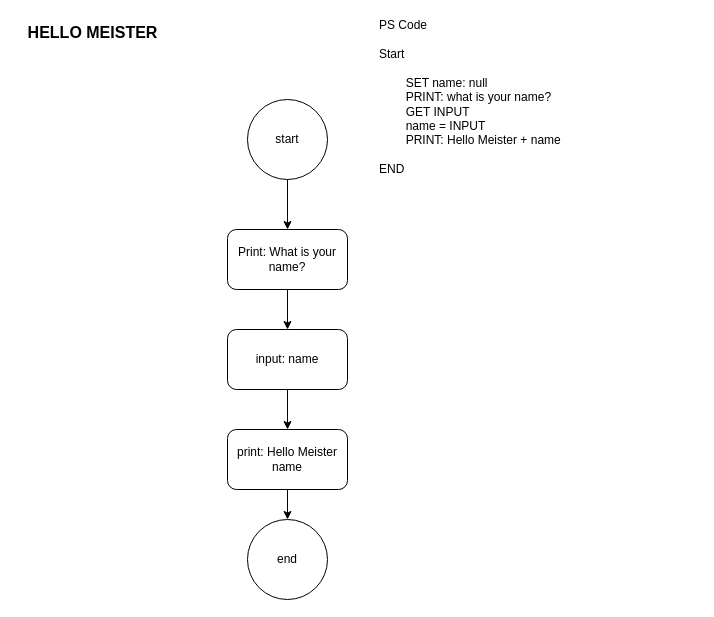
Above: DOCX/Day 3/Hallo Meister.drawio in HlushenkoVitalii/Python (draw.io), before the change. Source tidied: cells renumbered, new cells numbered last; positions are measured from the earlier drawing's top-left corner, leaving out a move shared by most shapes. Both pictures are drawn from the tidied source at 100%, with x=0, y=0 at pixel (17, 17).
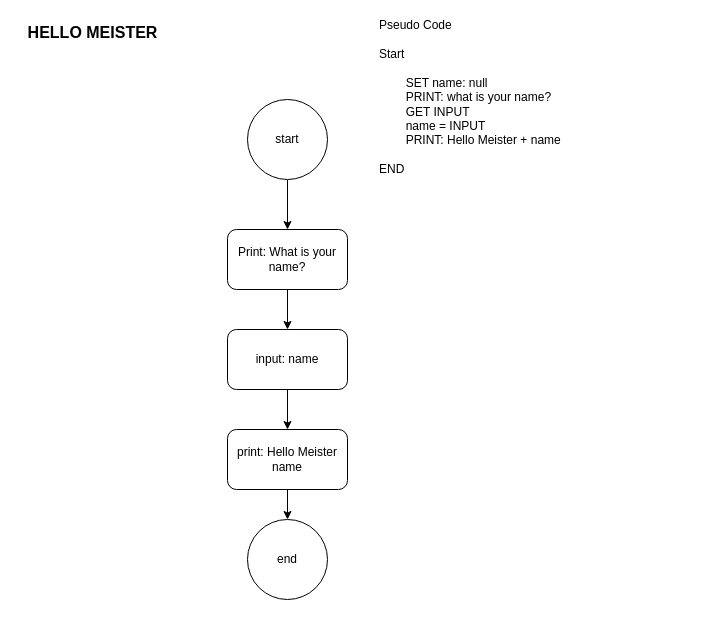
Above is the later version.

Diff of the diagram source:
```diff
@@
 <mxGraphModel>
   <root>
     <mxCell id="0" />
     <mxCell id="1" parent="0" />
     <mxCell id="2" style="edgeStyle=orthogonalEdgeStyle;rounded=0;jettySize=auto;html=1;" parent="1" edge="1" source="3" target="5">
       <mxGeometry relative="1" as="geometry" />
     </mxCell>
     <mxCell id="3" value="start" style="ellipse;whiteSpace=wrap;html=1;" parent="1" vertex="1">
       <mxGeometry x="230" y="82" width="80" height="80" as="geometry" />
     </mxCell>
     <mxCell id="4" style="edgeStyle=orthogonalEdgeStyle;rounded=0;jettySize=auto;html=1;" parent="1" edge="1" source="5" target="7">
       <mxGeometry relative="1" as="geometry" />
     </mxCell>
     <mxCell id="5" value="Print: What is your name?" style="rounded=1;whiteSpace=wrap;html=1;" parent="1" vertex="1">
       <mxGeometry x="210" y="212" width="120" height="60" as="geometry" />
     </mxCell>
     <mxCell id="6" style="edgeStyle=orthogonalEdgeStyle;rounded=0;jettySize=auto;html=1;" parent="1" edge="1" source="7" target="9">
       <mxGeometry relative="1" as="geometry" />
     </mxCell>
     <mxCell id="7" value="input: name" style="rounded=1;whiteSpace=wrap;html=1;" parent="1" vertex="1">
       <mxGeometry x="210" y="312" width="120" height="60" as="geometry" />
     </mxCell>
     <mxCell id="8" style="edgeStyle=orthogonalEdgeStyle;rounded=0;jettySize=auto;html=1;" parent="1" edge="1" source="9" target="10">
       <mxGeometry relative="1" as="geometry" />
     </mxCell>
     <mxCell id="9" value="print: Hello Meister name" style="rounded=1;whiteSpace=wrap;html=1;" parent="1" vertex="1">
       <mxGeometry x="210" y="412" width="120" height="60" as="geometry" />
     </mxCell>
     <mxCell id="10" value="end" style="ellipse;whiteSpace=wrap;html=1;" parent="1" vertex="1">
       <mxGeometry x="230" y="502" width="80" height="80" as="geometry" />
     </mxCell>
-    <mxCell id="11" value="PS Code&lt;div&gt;&lt;br&gt;&lt;/div&gt;&lt;div&gt;Start&amp;nbsp;&lt;/div&gt;&lt;div&gt;&lt;br&gt;&lt;/div&gt;&lt;div&gt;&lt;span style=&quot;white-space: pre;&quot;&gt;&#9;&lt;/span&gt;SET name: null&lt;br&gt;&lt;/div&gt;&lt;div&gt;&lt;span style=&quot;white-space: pre;&quot;&gt;&#9;&lt;/span&gt;PRINT: what is your name?&lt;br&gt;&lt;/div&gt;&lt;div&gt;&lt;span style=&quot;white-space: pre;&quot;&gt;&#9;&lt;/span&gt;GET INPUT&lt;br&gt;&lt;/div&gt;&lt;div&gt;&lt;span style=&quot;white-space: pre;&quot;&gt;&#9;&lt;/span&gt;name = INPUT&lt;/div&gt;&lt;div&gt;&lt;span style=&quot;white-space: pre;&quot;&gt;&#9;&lt;/span&gt;PRINT: Hello Meister + name&lt;br&gt;&lt;/div&gt;&lt;div&gt;&lt;br&gt;&lt;/div&gt;&lt;div&gt;END&lt;/div&gt;&lt;div&gt;&lt;span style=&quot;white-space: pre;&quot;&gt;&#9;&lt;/span&gt;&lt;br&gt;&lt;/div&gt;" style="text;html=1;align=left;verticalAlign=middle;whiteSpace=wrap;rounded=0;" parent="1" vertex="1">
+    <mxCell id="11" value="Pseudo Code&lt;div&gt;&lt;br&gt;&lt;/div&gt;&lt;div&gt;Start&amp;nbsp;&lt;/div&gt;&lt;div&gt;&lt;br&gt;&lt;/div&gt;&lt;div&gt;&lt;span style=&quot;white-space: pre;&quot;&gt;&#9;&lt;/span&gt;SET name: null&lt;br&gt;&lt;/div&gt;&lt;div&gt;&lt;span style=&quot;white-space: pre;&quot;&gt;&#9;&lt;/span&gt;PRINT: what is your name?&lt;br&gt;&lt;/div&gt;&lt;div&gt;&lt;span style=&quot;white-space: pre;&quot;&gt;&#9;&lt;/span&gt;GET INPUT&lt;br&gt;&lt;/div&gt;&lt;div&gt;&lt;span style=&quot;white-space: pre;&quot;&gt;&#9;&lt;/span&gt;name = INPUT&lt;/div&gt;&lt;div&gt;&lt;span style=&quot;white-space: pre;&quot;&gt;&#9;&lt;/span&gt;PRINT: Hello Meister + name&lt;br&gt;&lt;/div&gt;&lt;div&gt;&lt;br&gt;&lt;/div&gt;&lt;div&gt;END&lt;/div&gt;&lt;div&gt;&lt;span style=&quot;white-space: pre;&quot;&gt;&#9;&lt;/span&gt;&lt;br&gt;&lt;/div&gt;" style="text;html=1;align=left;verticalAlign=middle;whiteSpace=wrap;rounded=0;" parent="1" vertex="1">
       <mxGeometry x="360" y="12" width="320" height="150" as="geometry" />
     </mxCell>
     <mxCell id="12" value="&lt;font style=&quot;font-size: 16px;&quot;&gt;&lt;b&gt;HELLO MEISTER&lt;/b&gt;&lt;/font&gt;" style="text;html=1;align=center;verticalAlign=middle;strokeColor=none;fillColor=none;" parent="1" vertex="1">
       <mxGeometry width="150" height="30" as="geometry" />
     </mxCell>
   </root>
 </mxGraphModel>
```
